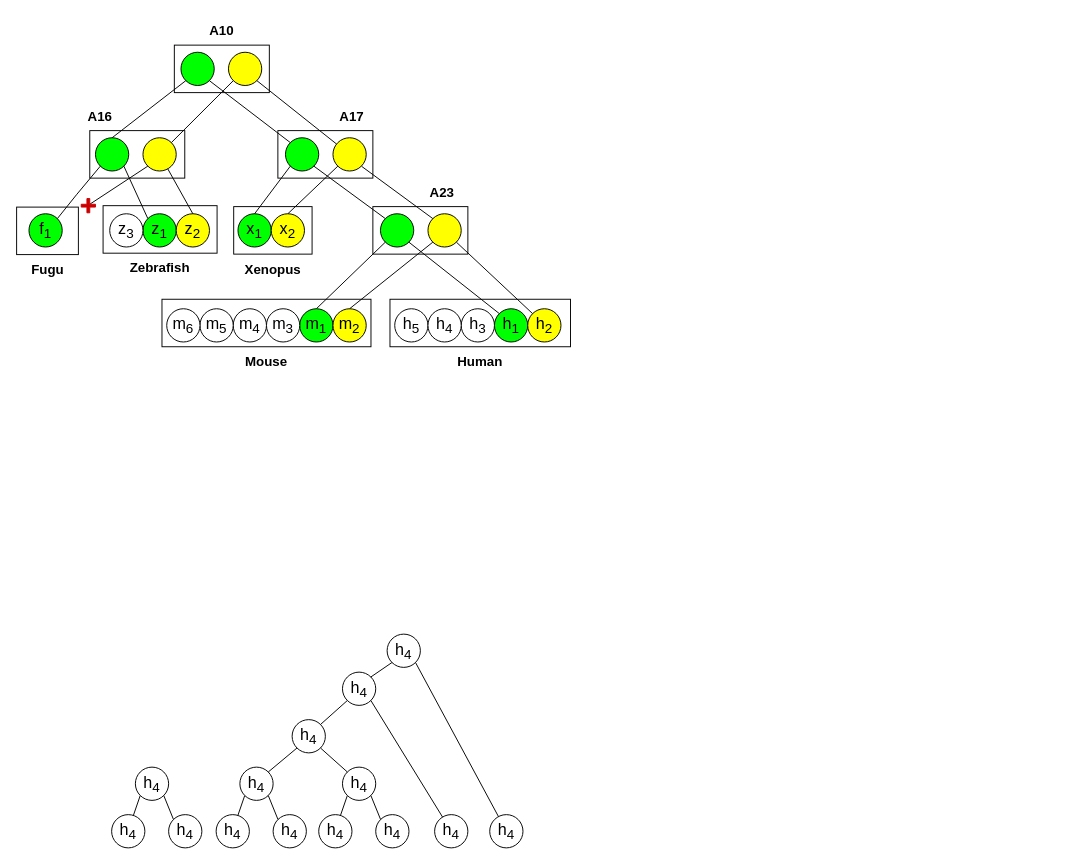
The draw.io diagram page "Page-3" (3 of 3) of phylogenies.drawio in dondavy/samples_draw.io, before the edit. Source tidied: cells renumbered, new cells numbered last; positions are measured from the earlier drawing's top-left corner, leaving out a move shared by most shapes. Both pictures are drawn from the tidied source at 95%, with x=0, y=0 at pixel (16, 16).
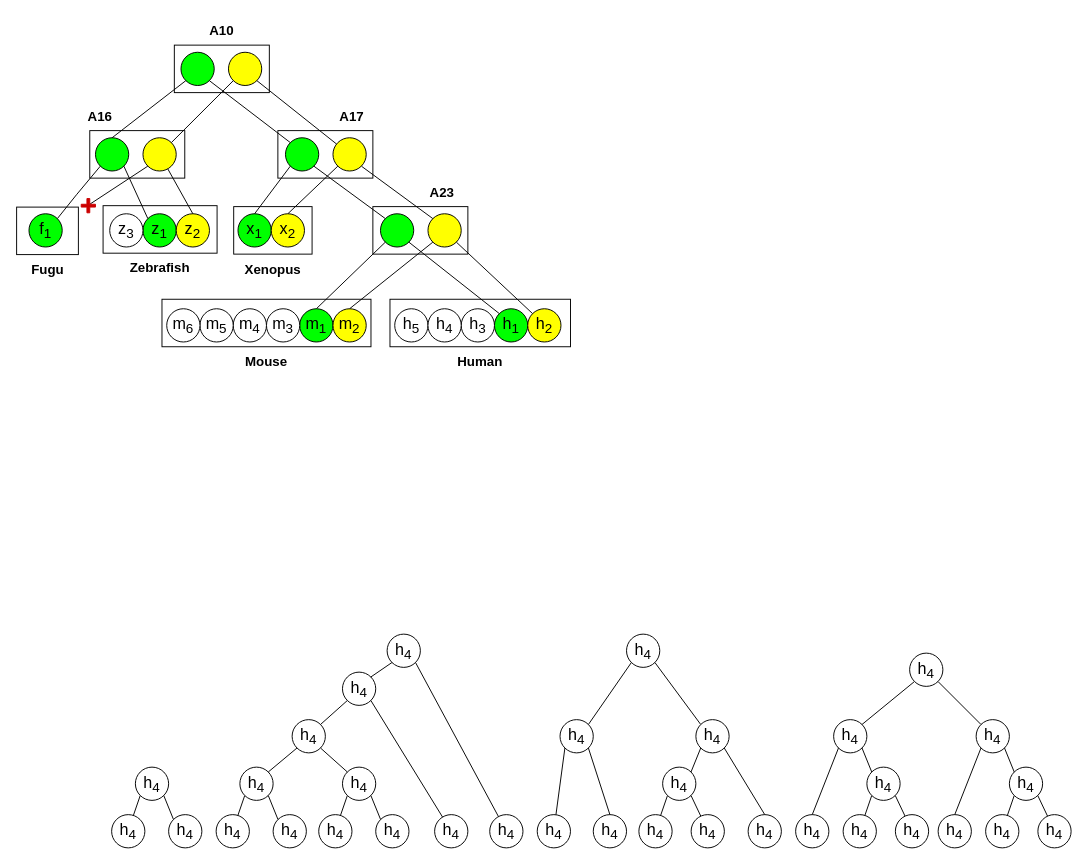
After the change.

Diff of the diagram source:
```diff
@@
+    <mxCell id="89" style="endArrow=none;html=1;rounded=0;entryX=0;entryY=1;entryDx=0;entryDy=0;" parent="1" edge="1" source="100" target="91">
+      <mxGeometry relative="1" as="geometry" />
+    </mxCell>
+    <mxCell id="90" value="&lt;font style=&quot;font-size: 17px;&quot;&gt;h&lt;sub&gt;4&lt;/sub&gt;&lt;/font&gt;" style="ellipse;whiteSpace=wrap;html=1;" parent="1" vertex="1">
+      <mxGeometry x="607" y="840" width="35" height="35" as="geometry" />
+    </mxCell>
+    <mxCell id="91" value="&lt;font style=&quot;font-size: 17px;&quot;&gt;h&lt;sub&gt;4&lt;/sub&gt;&lt;/font&gt;" style="ellipse;whiteSpace=wrap;html=1;" parent="1" vertex="1">
+      <mxGeometry x="572" y="740" width="35" height="35" as="geometry" />
+    </mxCell>
+    <mxCell id="92" style="endArrow=none;html=1;rounded=0;entryX=1;entryY=1;entryDx=0;entryDy=0;exitX=0.5;exitY=0;exitDx=0;exitDy=0;" parent="1" edge="1" source="90" target="91">
+      <mxGeometry relative="1" as="geometry" />
+    </mxCell>
+    <mxCell id="93" style="endArrow=none;html=1;rounded=0;entryX=0;entryY=1;entryDx=0;entryDy=0;" parent="1" edge="1" source="94" target="95">
+      <mxGeometry relative="1" as="geometry" />
+    </mxCell>
+    <mxCell id="94" value="&lt;font style=&quot;font-size: 17px;&quot;&gt;h&lt;sub&gt;4&lt;/sub&gt;&lt;/font&gt;" style="ellipse;whiteSpace=wrap;html=1;" parent="1" vertex="1">
+      <mxGeometry x="655" y="840" width="35" height="35" as="geometry" />
+    </mxCell>
+    <mxCell id="95" value="&lt;font style=&quot;font-size: 17px;&quot;&gt;h&lt;sub&gt;4&lt;/sub&gt;&lt;/font&gt;" style="ellipse;whiteSpace=wrap;html=1;" parent="1" vertex="1">
+      <mxGeometry x="680" y="790" width="35" height="35" as="geometry" />
+    </mxCell>
+    <mxCell id="96" style="endArrow=none;html=1;rounded=0;entryX=1;entryY=1;entryDx=0;entryDy=0;" parent="1" edge="1" source="101" target="95">
+      <mxGeometry relative="1" as="geometry" />
+    </mxCell>
+    <mxCell id="97" value="&lt;font style=&quot;font-size: 17px;&quot;&gt;h&lt;sub&gt;4&lt;/sub&gt;&lt;/font&gt;" style="ellipse;whiteSpace=wrap;html=1;" parent="1" vertex="1">
+      <mxGeometry x="642" y="650" width="35" height="35" as="geometry" />
+    </mxCell>
+    <mxCell id="98" style="endArrow=none;html=1;rounded=0;entryX=0;entryY=1;entryDx=0;entryDy=0;exitX=1;exitY=0;exitDx=0;exitDy=0;" parent="1" edge="1" source="91" target="97">
+      <mxGeometry relative="1" as="geometry" />
+    </mxCell>
+    <mxCell id="99" style="endArrow=none;html=1;rounded=0;entryX=1;entryY=1;entryDx=0;entryDy=0;exitX=0;exitY=0;exitDx=0;exitDy=0;" parent="1" edge="1" source="103" target="97">
+      <mxGeometry relative="1" as="geometry" />
+    </mxCell>
+    <mxCell id="100" value="&lt;font style=&quot;font-size: 17px;&quot;&gt;h&lt;sub&gt;4&lt;/sub&gt;&lt;/font&gt;" style="ellipse;whiteSpace=wrap;html=1;" parent="1" vertex="1">
+      <mxGeometry x="548" y="840" width="35" height="35" as="geometry" />
+    </mxCell>
+    <mxCell id="101" value="&lt;font style=&quot;font-size: 17px;&quot;&gt;h&lt;sub&gt;4&lt;/sub&gt;&lt;/font&gt;" style="ellipse;whiteSpace=wrap;html=1;" parent="1" vertex="1">
+      <mxGeometry x="710" y="840" width="35" height="35" as="geometry" />
+    </mxCell>
+    <mxCell id="102" value="&lt;font style=&quot;font-size: 17px;&quot;&gt;h&lt;sub&gt;4&lt;/sub&gt;&lt;/font&gt;" style="ellipse;whiteSpace=wrap;html=1;" parent="1" vertex="1">
+      <mxGeometry x="770" y="840" width="35" height="35" as="geometry" />
+    </mxCell>
+    <mxCell id="103" value="&lt;font style=&quot;font-size: 17px;&quot;&gt;h&lt;sub&gt;4&lt;/sub&gt;&lt;/font&gt;" style="ellipse;whiteSpace=wrap;html=1;" parent="1" vertex="1">
+      <mxGeometry x="715" y="740" width="35" height="35" as="geometry" />
+    </mxCell>
+    <mxCell id="104" style="endArrow=none;html=1;rounded=0;entryX=0;entryY=1;entryDx=0;entryDy=0;exitX=1;exitY=0;exitDx=0;exitDy=0;" parent="1" edge="1" source="95" target="103">
+      <mxGeometry relative="1" as="geometry" />
+    </mxCell>
+    <mxCell id="105" style="endArrow=none;html=1;rounded=0;entryX=1;entryY=1;entryDx=0;entryDy=0;exitX=0.5;exitY=0;exitDx=0;exitDy=0;" parent="1" edge="1" source="102" target="103">
+      <mxGeometry relative="1" as="geometry" />
+    </mxCell>
+    <mxCell id="106" style="endArrow=none;html=1;rounded=0;entryX=0;entryY=1;entryDx=0;entryDy=0;" parent="1" edge="1" source="107" target="108">
+      <mxGeometry relative="1" as="geometry" />
+    </mxCell>
+    <mxCell id="107" value="&lt;font style=&quot;font-size: 17px;&quot;&gt;h&lt;sub&gt;4&lt;/sub&gt;&lt;/font&gt;" style="ellipse;whiteSpace=wrap;html=1;" parent="1" vertex="1">
+      <mxGeometry x="870" y="840" width="35" height="35" as="geometry" />
+    </mxCell>
+    <mxCell id="108" value="&lt;font style=&quot;font-size: 17px;&quot;&gt;h&lt;sub&gt;4&lt;/sub&gt;&lt;/font&gt;" style="ellipse;whiteSpace=wrap;html=1;" parent="1" vertex="1">
+      <mxGeometry x="895" y="790" width="35" height="35" as="geometry" />
+    </mxCell>
+    <mxCell id="109" style="endArrow=none;html=1;rounded=0;entryX=1;entryY=1;entryDx=0;entryDy=0;" parent="1" edge="1" source="110" target="108">
+      <mxGeometry relative="1" as="geometry" />
+    </mxCell>
+    <mxCell id="110" value="&lt;font style=&quot;font-size: 17px;&quot;&gt;h&lt;sub&gt;4&lt;/sub&gt;&lt;/font&gt;" style="ellipse;whiteSpace=wrap;html=1;" parent="1" vertex="1">
+      <mxGeometry x="925" y="840" width="35" height="35" as="geometry" />
+    </mxCell>
+    <mxCell id="111" value="&lt;font style=&quot;font-size: 17px;&quot;&gt;h&lt;sub&gt;4&lt;/sub&gt;&lt;/font&gt;" style="ellipse;whiteSpace=wrap;html=1;" parent="1" vertex="1">
+      <mxGeometry x="860" y="740" width="35" height="35" as="geometry" />
+    </mxCell>
+    <mxCell id="112" style="endArrow=none;html=1;rounded=0;entryX=1;entryY=1;entryDx=0;entryDy=0;exitX=0;exitY=0;exitDx=0;exitDy=0;" parent="1" edge="1" source="108" target="111">
+      <mxGeometry relative="1" as="geometry" />
+    </mxCell>
+    <mxCell id="113" value="&lt;font style=&quot;font-size: 17px;&quot;&gt;h&lt;sub&gt;4&lt;/sub&gt;&lt;/font&gt;" style="ellipse;whiteSpace=wrap;html=1;" parent="1" vertex="1">
+      <mxGeometry x="820" y="840" width="35" height="35" as="geometry" />
+    </mxCell>
+    <mxCell id="114" style="endArrow=none;html=1;rounded=0;entryX=0;entryY=1;entryDx=0;entryDy=0;exitX=0.5;exitY=0;exitDx=0;exitDy=0;" parent="1" edge="1" source="113" target="111">
+      <mxGeometry relative="1" as="geometry" />
+    </mxCell>
+    <mxCell id="115" style="endArrow=none;html=1;rounded=0;entryX=0;entryY=1;entryDx=0;entryDy=0;" parent="1" edge="1" source="116" target="117">
+      <mxGeometry relative="1" as="geometry" />
+    </mxCell>
+    <mxCell id="116" value="&lt;font style=&quot;font-size: 17px;&quot;&gt;h&lt;sub&gt;4&lt;/sub&gt;&lt;/font&gt;" style="ellipse;whiteSpace=wrap;html=1;" parent="1" vertex="1">
+      <mxGeometry x="1020" y="840" width="35" height="35" as="geometry" />
+    </mxCell>
+    <mxCell id="117" value="&lt;font style=&quot;font-size: 17px;&quot;&gt;h&lt;sub&gt;4&lt;/sub&gt;&lt;/font&gt;" style="ellipse;whiteSpace=wrap;html=1;" parent="1" vertex="1">
+      <mxGeometry x="1045" y="790" width="35" height="35" as="geometry" />
+    </mxCell>
+    <mxCell id="118" style="endArrow=none;html=1;rounded=0;entryX=1;entryY=1;entryDx=0;entryDy=0;" parent="1" edge="1" source="119" target="117">
+      <mxGeometry relative="1" as="geometry" />
+    </mxCell>
+    <mxCell id="119" value="&lt;font style=&quot;font-size: 17px;&quot;&gt;h&lt;sub&gt;4&lt;/sub&gt;&lt;/font&gt;" style="ellipse;whiteSpace=wrap;html=1;" parent="1" vertex="1">
+      <mxGeometry x="1075" y="840" width="35" height="35" as="geometry" />
+    </mxCell>
+    <mxCell id="120" value="&lt;font style=&quot;font-size: 17px;&quot;&gt;h&lt;sub&gt;4&lt;/sub&gt;&lt;/font&gt;" style="ellipse;whiteSpace=wrap;html=1;" parent="1" vertex="1">
+      <mxGeometry x="1010" y="740" width="35" height="35" as="geometry" />
+    </mxCell>
+    <mxCell id="121" style="endArrow=none;html=1;rounded=0;entryX=1;entryY=1;entryDx=0;entryDy=0;exitX=0;exitY=0;exitDx=0;exitDy=0;" parent="1" edge="1" source="117" target="120">
+      <mxGeometry relative="1" as="geometry" />
+    </mxCell>
+    <mxCell id="122" value="&lt;font style=&quot;font-size: 17px;&quot;&gt;h&lt;sub&gt;4&lt;/sub&gt;&lt;/font&gt;" style="ellipse;whiteSpace=wrap;html=1;" parent="1" vertex="1">
+      <mxGeometry x="970" y="840" width="35" height="35" as="geometry" />
+    </mxCell>
+    <mxCell id="123" style="endArrow=none;html=1;rounded=0;entryX=0;entryY=1;entryDx=0;entryDy=0;exitX=0.5;exitY=0;exitDx=0;exitDy=0;" parent="1" edge="1" source="122" target="120">
+      <mxGeometry relative="1" as="geometry" />
+    </mxCell>
+    <mxCell id="124" style="endArrow=none;html=1;rounded=0;entryX=0;entryY=1;entryDx=0;entryDy=0;exitX=1;exitY=0;exitDx=0;exitDy=0;" parent="1" edge="1" source="111" target="125">
+      <mxGeometry relative="1" as="geometry" />
+    </mxCell>
+    <mxCell id="125" value="&lt;font style=&quot;font-size: 17px;&quot;&gt;h&lt;sub&gt;4&lt;/sub&gt;&lt;/font&gt;" style="ellipse;whiteSpace=wrap;html=1;" parent="1" vertex="1">
+      <mxGeometry x="940" y="670" width="35" height="35" as="geometry" />
+    </mxCell>
+    <mxCell id="126" style="endArrow=none;html=1;rounded=0;entryX=1;entryY=1;entryDx=0;entryDy=0;exitX=0;exitY=0;exitDx=0;exitDy=0;" parent="1" edge="1" source="120" target="125">
+      <mxGeometry relative="1" as="geometry" />
+    </mxCell>
```
